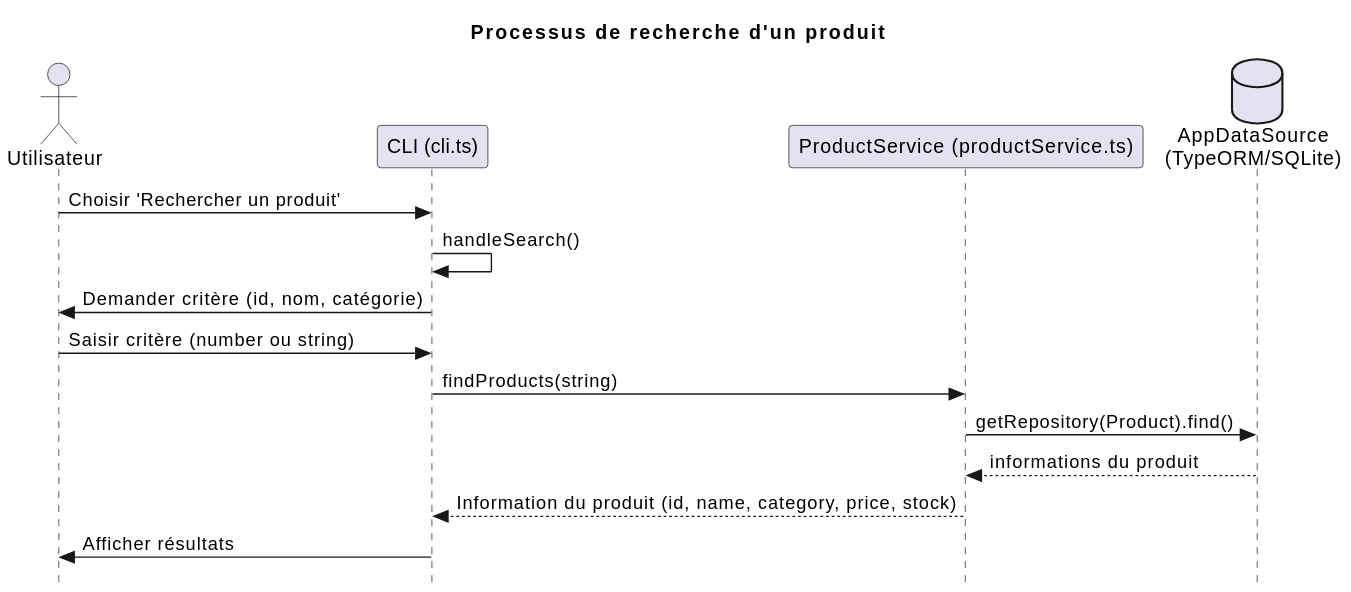
Before: out/docs/process/product-search/product-search.svg, a diagram exported from PlantUML (RaphaelMailhiot/LOG430-labo).
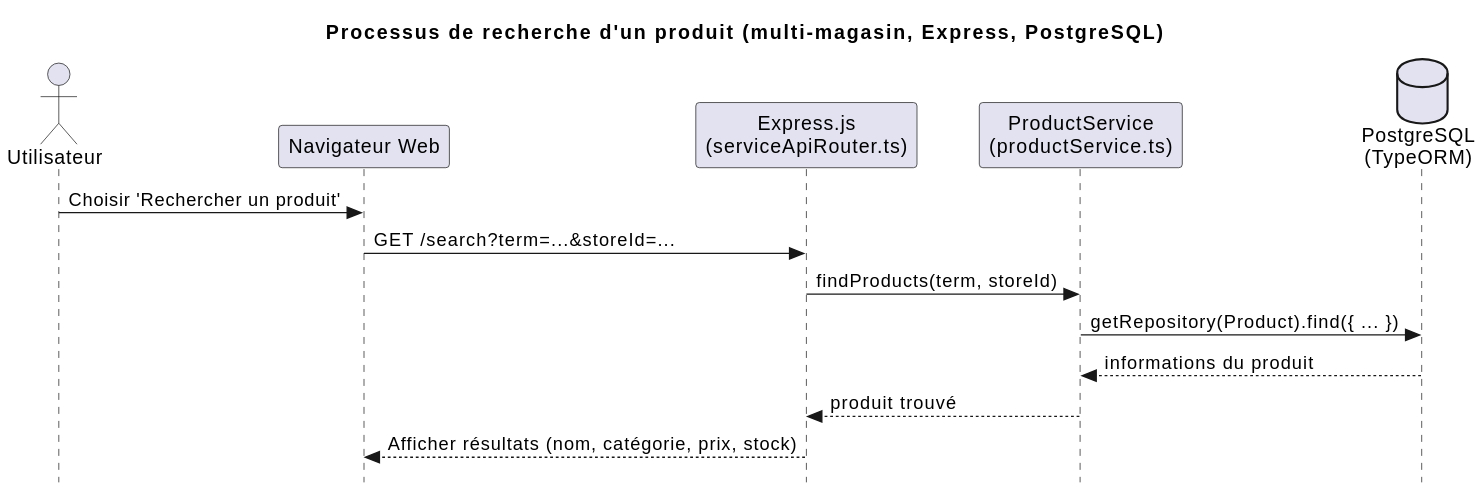
Later version of the same file.

What changed in the source:
```diff
@@ -1,19 +1,19 @@
 @startuml
 skinparam style strictuml
 
-title Processus de recherche d'un produit
+title Processus de recherche d'un produit (multi-magasin, Express, PostgreSQL)
+
 actor Utilisateur
-participant "CLI (cli.ts)" as CLI
-participant "ProductService (productService.ts)" as ProductService
-database "AppDataSource\n(TypeORM/SQLite)" as Database
+participant "Navigateur Web" as Web
+participant "Express.js\n(serviceApiRouter.ts)" as Express
+participant "ProductService\n(productService.ts)" as ProductService
+database "PostgreSQL\n(TypeORM)" as Database
 
-Utilisateur -> CLI : Choisir 'Rechercher un produit'
-CLI -> CLI : handleSearch()
-CLI -> Utilisateur : Demander critère (id, nom, catégorie)
-Utilisateur -> CLI : Saisir critère (number ou string)
-CLI -> ProductService : findProducts(string)
-ProductService -> Database : getRepository(Product).find()
+Utilisateur -> Web : Choisir 'Rechercher un produit'
+Web -> Express : GET /search?term=...&storeId=...
+Express -> ProductService : findProducts(term, storeId)
+ProductService -> Database : getRepository(Product).find({ ... })
 Database --> ProductService : informations du produit
-ProductService --> CLI : Information du produit (id, name, category, price, stock)
-CLI -> Utilisateur : Afficher résultats
+ProductService --> Express : produit trouvé
+Express --> Web : Afficher résultats (nom, catégorie, prix, stock)
 @enduml
```
